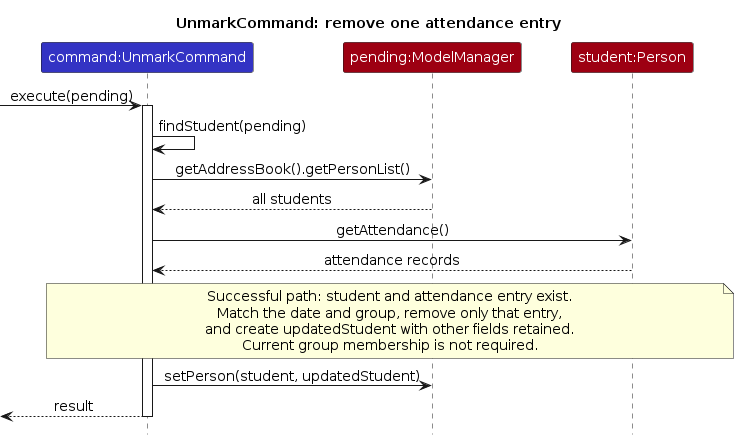
AY2627S1-CS2103T-F12-1/tp keeps this PlantUML diagram as diagrams/UnmarkSequenceDiagram.png. Above is the earlier version. Its source is kept beside it as diagrams/UnmarkSequenceDiagram.puml.
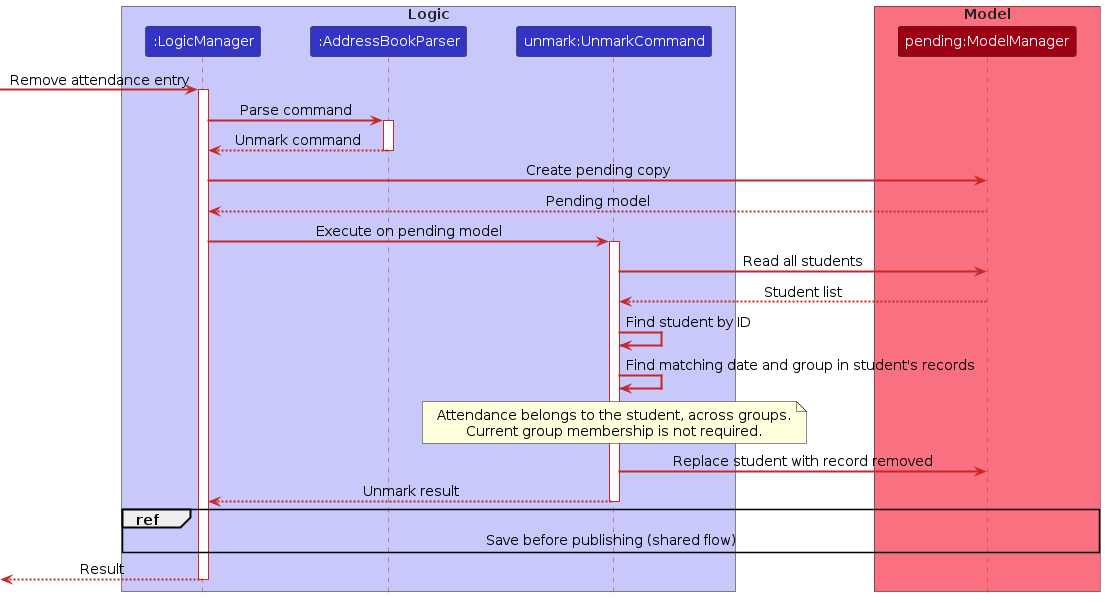
After the change.

What changed in the source:
```diff
@@ -1,25 +1,39 @@
 @startuml
 !include style.puml
 skinparam ArrowFontStyle plain
-
-title UnmarkCommand: remove one attendance entry
-participant "command:UnmarkCommand" as Command LOGIC_COLOR
-participant "pending:ModelManager" as Model MODEL_COLOR
-participant "student:Person" as Student MODEL_COLOR
-[-> Command : execute(pending)
+skinparam ArrowColor #C62828
+skinparam SequenceLifeLineBorderColor #C62828
+skinparam ArrowThickness 2title Remove a student's attendance
+box "Logic" #C8C8FA
+participant ":LogicManager" as Logic LOGIC_COLOR
+participant ":AddressBookParser" as Parser LOGIC_COLOR
+participant "unmark:UnmarkCommand" as Command LOGIC_COLOR
+end box
+box "Model" #F97181
+participant "pending:ModelManager" as Pending MODEL_COLOR
+end box
+[-> Logic : Remove attendance entry
+activate Logic
+Logic -> Parser : Parse command
+activate Parser
+Parser --> Logic : Unmark command
+deactivate Parser
+Logic -> Pending : Create pending copy
+Pending --> Logic : Pending model
+Logic -> Command : Execute on pending model
 activate Command
-Command -> Command : findStudent(pending)
-Command -> Model : getAddressBook().getPersonList()
-Model --> Command : all students
-Command -> Student : getAttendance()
-Student --> Command : attendance records
-note over Command, Student
-Successful path: student and attendance entry exist.
-Match the date and group, remove only that entry,
-and create updatedStudent with other fields retained.
+Command -> Pending : Read all students
+Pending --> Command : Student list
+Command -> Command : Find student by ID
+Command -> Command : Find matching date and group in student's records
+note over Command
+Attendance belongs to the student, across groups.
 Current group membership is not required.
 end note
-Command -> Model : setPerson(student, updatedStudent)
-[<-- Command : result
+Command -> Pending : Replace student with record removed
+Command --> Logic : Unmark result
 deactivate Command
+ref over Logic, Pending : Save before publishing (shared flow)
+[<-- Logic : Result
+deactivate Logic
 @enduml
```
